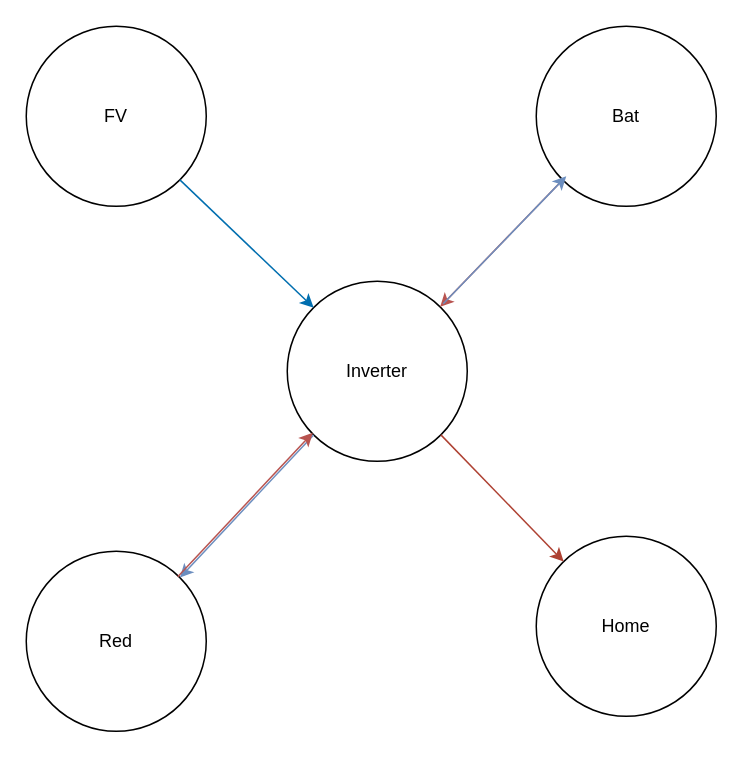
Before: diagrams/xml/CursoFlowCharting-Flujo-Nodos-KitSolar.drawio.xml in GATORU-ACADEMY/Curso-FlowCharting-Principiante-2023, a draw.io diagram. Source tidied: cells renumbered, new cells numbered last; positions are measured from the earlier drawing's top-left corner, leaving out a move shared by most shapes. Both pictures are drawn from the tidied source at 150%, with x=0, y=0 at pixel (26, 26).
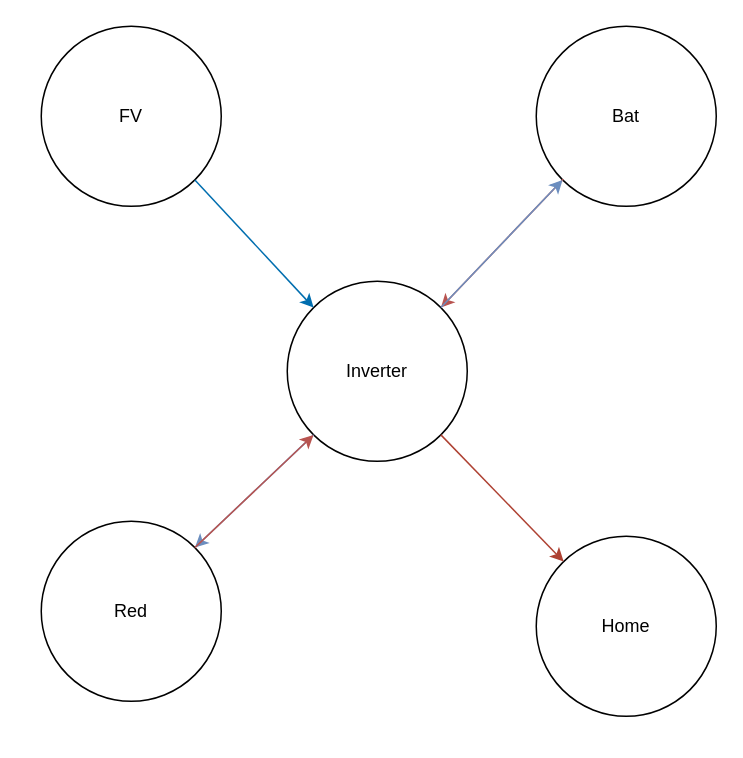
Above is the later version.

The edit, as a diff of the source:
```diff
@@
 <mxGraphModel>
   <root>
     <mxCell id="0" />
     <mxCell id="1" parent="0" />
     <mxCell id="2" value="Inverter" style="ellipse;whiteSpace=wrap;html=1;" parent="1" vertex="1">
       <mxGeometry x="174" y="170" width="120" height="120" as="geometry" />
     </mxCell>
     <mxCell id="3" value="Red" style="ellipse;whiteSpace=wrap;html=1;" parent="1" vertex="1">
-      <mxGeometry y="350" width="120" height="120" as="geometry" />
+      <mxGeometry x="10" y="330" width="120" height="120" as="geometry" />
     </mxCell>
     <mxCell id="4" value="Home" style="ellipse;whiteSpace=wrap;html=1;" parent="1" vertex="1">
       <mxGeometry x="340" y="340" width="120" height="120" as="geometry" />
     </mxCell>
     <mxCell id="5" value="FV" style="ellipse;whiteSpace=wrap;html=1;fillOpacity=100;gradientColor=none;noLabel=0;snapToPoint=1;fixDash=1;backgroundOutline=1;" parent="1" vertex="1">
-      <mxGeometry width="120" height="120" as="geometry" />
+      <mxGeometry x="10" width="120" height="120" as="geometry" />
     </mxCell>
     <mxCell id="6" value="Bat" style="ellipse;whiteSpace=wrap;html=1;snapToPoint=1;" parent="1" vertex="1">
       <mxGeometry x="340" width="120" height="120" as="geometry" />
     </mxCell>
-    <mxCell id="7" style="endArrow=classic;html=1;rounded=0;exitX=1;exitY=1;exitDx=0;exitDy=0;entryX=0;entryY=0;entryDx=0;entryDy=0;flowAnimation=1;fillColor=#1ba1e2;strokeColor=#006EAF;" parent="1" edge="1" source="5" target="2">
+    <mxCell id="7" style="endArrow=classic;html=1;rounded=0;exitX=1;exitY=1;exitDx=0;exitDy=0;flowAnimation=1;fillColor=#1ba1e2;strokeColor=#006EAF;entryX=0;entryY=0;entryDx=0;entryDy=0;" parent="1" edge="1" source="5" target="2">
       <mxGeometry relative="1" as="geometry" />
     </mxCell>
-    <mxCell id="8" style="endArrow=classic;html=1;rounded=0;flowAnimation=1;fillColor=#f8cecc;strokeColor=#b85450;" parent="1" edge="1" source="6" target="2">
+    <mxCell id="8" style="endArrow=classic;html=1;rounded=0;flowAnimation=1;fillColor=#f8cecc;strokeColor=#b85450;entryX=1;entryY=0;entryDx=0;entryDy=0;" parent="1" edge="1" source="6" target="2">
       <mxGeometry relative="1" as="geometry" />
     </mxCell>
     <mxCell id="9" style="endArrow=classic;html=1;rounded=0;exitX=0;exitY=1;exitDx=0;exitDy=0;entryX=1;entryY=0;entryDx=0;entryDy=0;fillColor=#dae8fc;strokeColor=#6c8ebf;flowAnimation=1;" parent="1" edge="1" source="2" target="3">
       <mxGeometry relative="1" as="geometry" />
     </mxCell>
     <mxCell id="10" style="endArrow=classic;html=1;rounded=0;fillColor=#fad9d5;strokeColor=#ae4132;startArrow=none;startFill=0;endFill=1;flowAnimation=1;noJump=0;exitX=1;exitY=1;exitDx=0;exitDy=0;" parent="1" edge="1" source="2" target="4">
       <mxGeometry relative="1" as="geometry" />
     </mxCell>
-    <mxCell id="11" style="endArrow=classic;html=1;rounded=0;exitX=0;exitY=1;exitDx=0;exitDy=0;entryX=1;entryY=0;entryDx=0;entryDy=0;fillColor=#f8cecc;strokeColor=#b85450;flowAnimation=1;" parent="1" edge="1">
-      <mxGeometry relative="1" as="geometry">
-        <mxPoint x="101" y="367" as="sourcePoint" />
-        <mxPoint x="191" y="271" as="targetPoint" />
-      </mxGeometry>
+    <mxCell id="11" style="endArrow=classic;html=1;rounded=0;exitX=1;exitY=0;exitDx=0;exitDy=0;entryX=0;entryY=1;entryDx=0;entryDy=0;fillColor=#f8cecc;strokeColor=#b85450;flowAnimation=1;" parent="1" edge="1" source="3" target="2">
+      <mxGeometry relative="1" as="geometry" />
     </mxCell>
-    <mxCell id="12" style="endArrow=classic;html=1;rounded=0;flowAnimation=1;fillColor=#dae8fc;strokeColor=#6c8ebf;" parent="1" edge="1">
-      <mxGeometry relative="1" as="geometry">
-        <mxPoint x="278" y="185" as="sourcePoint" />
-        <mxPoint x="360" y="100" as="targetPoint" />
-      </mxGeometry>
+    <mxCell id="12" style="endArrow=classic;html=1;rounded=0;flowAnimation=1;fillColor=#dae8fc;strokeColor=#6c8ebf;entryX=0;entryY=1;entryDx=0;entryDy=0;exitX=1;exitY=0;exitDx=0;exitDy=0;" parent="1" edge="1" source="2" target="6">
+      <mxGeometry relative="1" as="geometry" />
     </mxCell>
   </root>
 </mxGraphModel>
```
